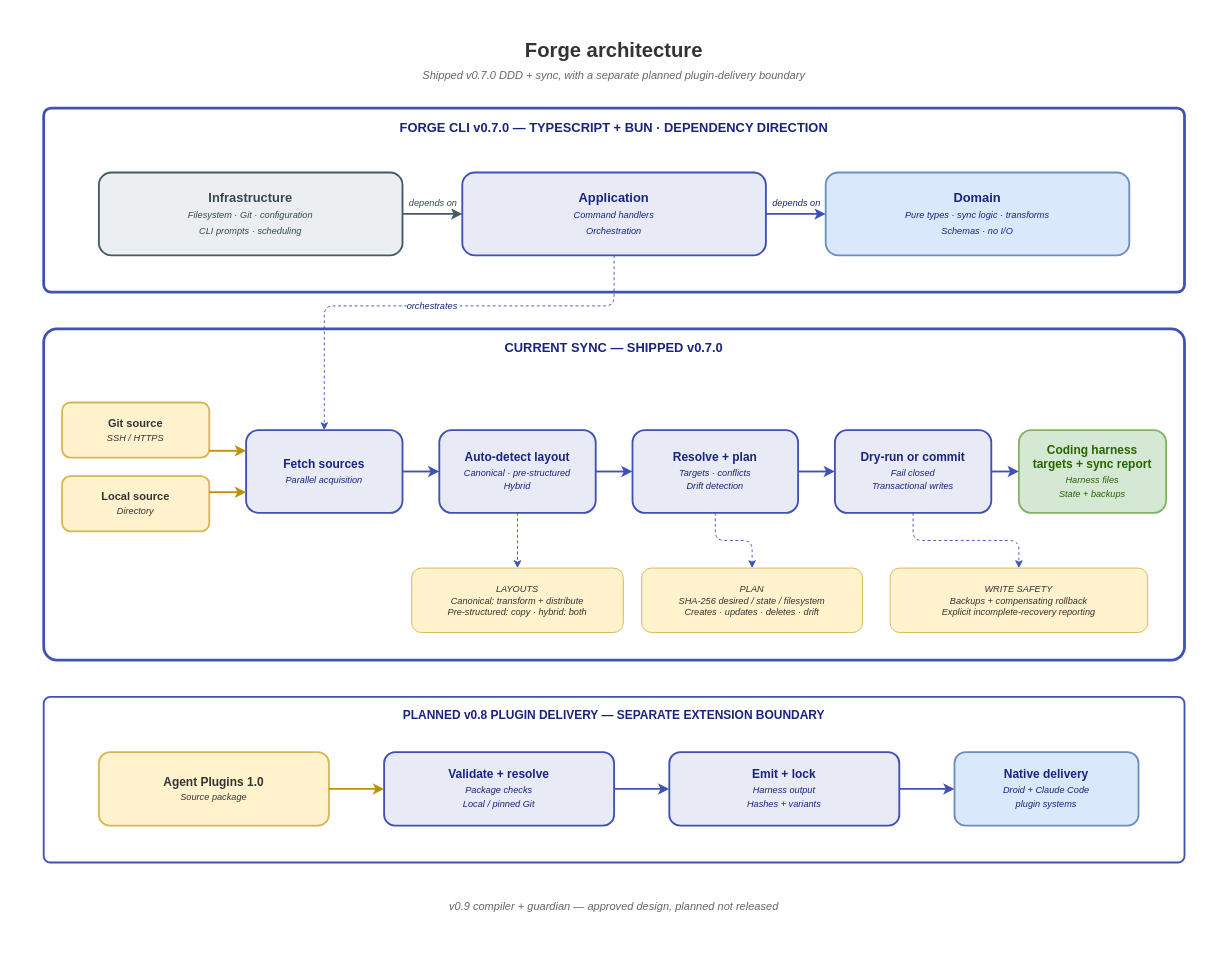
Before: forge/diagrams/forge-architecture.drawio in crucibledx/assets, a draw.io diagram. Source tidied: cells renumbered, new cells numbered last; positions are measured from the earlier drawing's top-left corner, leaving out a move shared by most shapes. Both pictures are drawn from the tidied source at 92%, with x=0, y=0 at pixel (16, 16).
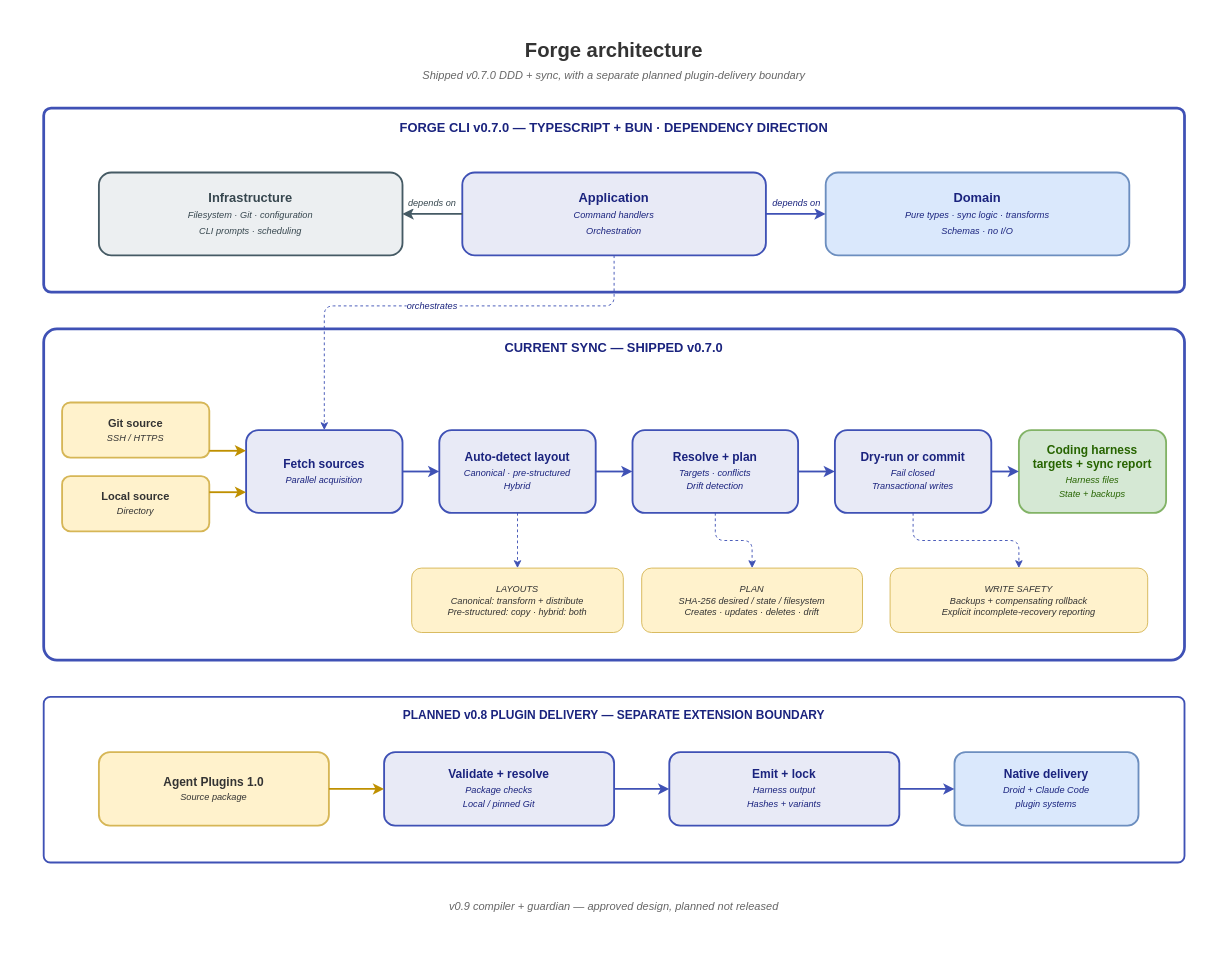
After the change.

Commit message (it also covers changes not shown here):
diagrams: correct Forge dependency direction

Unchanged cells that the change refers to:
```xml
<mxCell id="6" value="Infrastructure&lt;br&gt;&lt;i style=&quot;font-size:10px;font-weight:normal&quot;&gt;Filesystem · Git · configuration&lt;br&gt;CLI prompts · scheduling&lt;/i&gt;" style="rounded=1;whiteSpace=wrap;html=1;fillColor=#eceff1;strokeColor=#455a64;fontColor=#37474f;fontSize=14;fontStyle=1;strokeWidth=2;" parent="1" vertex="1">
  <mxGeometry x="90" y="170" width="330" height="90" as="geometry" />
</mxCell>
<mxCell id="7" value="Application&lt;br&gt;&lt;i style=&quot;font-size:10px;font-weight:normal&quot;&gt;Command handlers&lt;br&gt;Orchestration&lt;/i&gt;" style="rounded=1;whiteSpace=wrap;html=1;fillColor=#e8eaf6;strokeColor=#3f51b5;fontColor=#1a237e;fontSize=14;fontStyle=1;strokeWidth=2;" parent="1" vertex="1">
  <mxGeometry x="485" y="170" width="330" height="90" as="geometry" />
</mxCell>
```

Diff of the diagram source:
```diff
@@
-    <mxCell id="9" value="depends on" style="edgeStyle=orthogonalEdgeStyle;rounded=1;jettySize=auto;html=1;strokeWidth=2;strokeColor=#455a64;fontColor=#37474f;fontSize=10;fontStyle=2;exitX=1;exitY=0.5;exitDx=0;exitDy=0;entryX=0;entryY=0.5;entryDx=0;entryDy=0;" parent="1" edge="1" source="6" target="7">
+    <mxCell id="9" value="depends on" style="edgeStyle=orthogonalEdgeStyle;rounded=1;jettySize=auto;html=1;strokeWidth=2;strokeColor=#455a64;fontColor=#37474f;fontSize=10;fontStyle=2;exitX=0;exitY=0.5;exitDx=0;exitDy=0;entryX=1;entryY=0.5;entryDx=0;entryDy=0;" parent="1" edge="1" source="7" target="6">
       <mxGeometry relative="1" as="geometry">
         <mxPoint y="-12" as="offset" />
       </mxGeometry>
     </mxCell>
```
